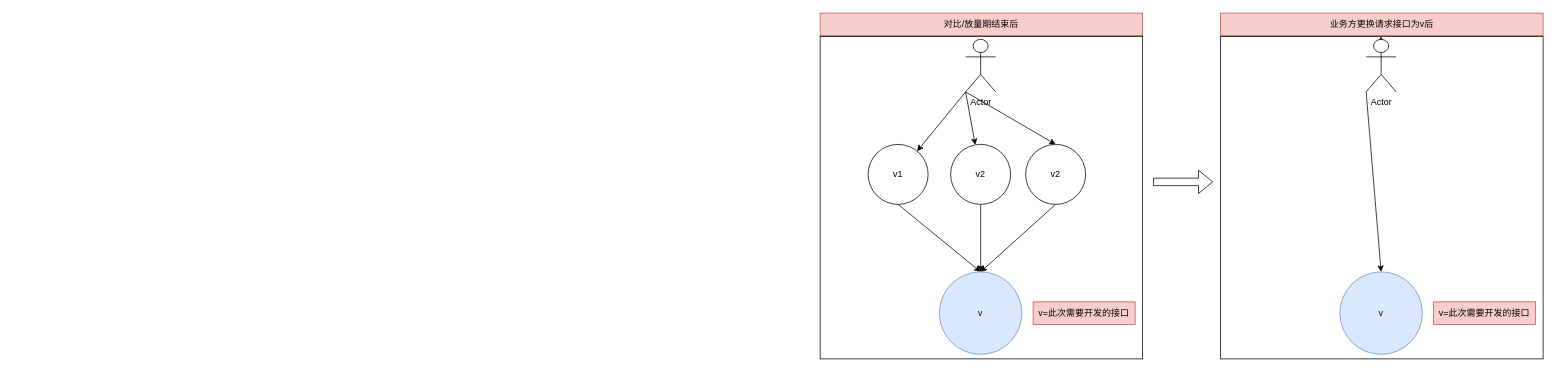
Above: 优惠券0623-01.drawio in LuiBu/my-pictures (draw.io), before the change. Source tidied: cells renumbered, new cells numbered last; positions are measured from the earlier drawing's top-left corner, leaving out a move shared by most shapes. Both pictures are drawn from the tidied source at 75%, with x=0, y=0 at pixel (820, 13).
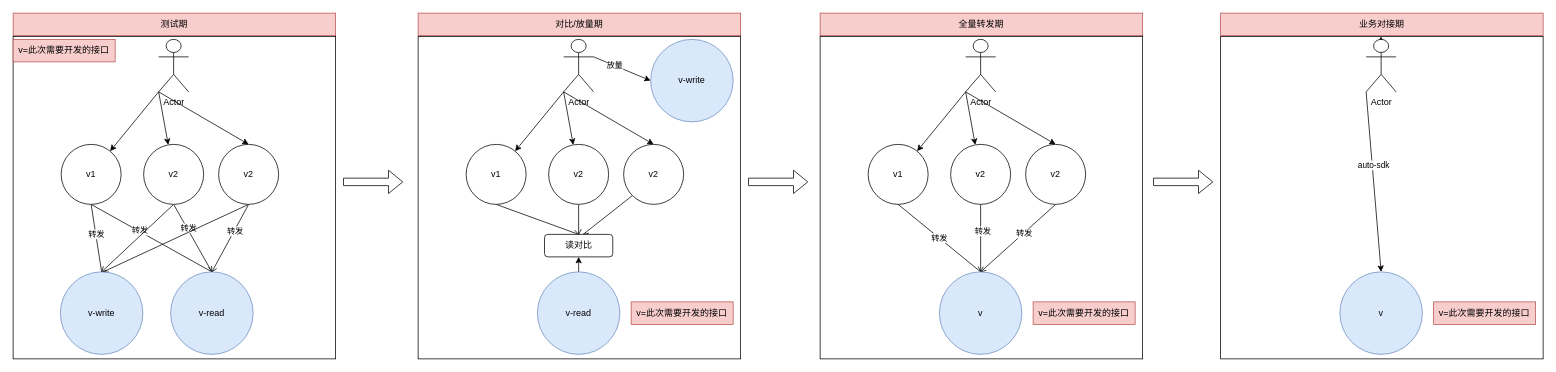
The same diagram, later.

Commit message (it also covers changes not shown here):
更新优惠券0623-01.drawio

The change refers to these unchanged cells:
```xml
<mxCell id="4" value="v1" style="ellipse;whiteSpace=wrap;html=1;" parent="1" vertex="1">
  <mxGeometry x="64" y="175" width="80" height="80" as="geometry" />
</mxCell>
<mxCell id="6" value="v2" style="ellipse;whiteSpace=wrap;html=1;" parent="1" vertex="1">
  <mxGeometry x="174" y="175" width="80" height="80" as="geometry" />
</mxCell>
<mxCell id="8" value="v2" style="ellipse;whiteSpace=wrap;html=1;" parent="1" vertex="1">
  <mxGeometry x="274" y="175" width="80" height="80" as="geometry" />
</mxCell>
<mxCell id="9" value="v" style="ellipse;whiteSpace=wrap;html=1;fillColor=#dae8fc;strokeColor=#6c8ebf;" parent="1" vertex="1">
  <mxGeometry x="159" y="345" width="110" height="110" as="geometry" />
</mxCell>
<mxCell id="19" style="edgeStyle=none;rounded=0;jettySize=auto;html=1;exitX=0;exitY=1;exitDx=0;exitDy=0;exitPerimeter=0;entryX=0.5;entryY=0;entryDx=0;entryDy=0;" parent="1" edge="1" source="20" target="17">
  <mxGeometry relative="1" as="geometry" />
</mxCell>
```

Diff of the diagram source:
```diff
@@
-    <mxCell id="3" style="edgeStyle=none;rounded=0;jettySize=auto;html=1;exitX=0.5;exitY=1;exitDx=0;exitDy=0;entryX=0.5;entryY=0;entryDx=0;entryDy=0;" parent="1" edge="1" source="4" target="9">
+    <mxCell id="3" style="edgeStyle=none;rounded=0;jettySize=auto;html=1;exitX=0.5;exitY=1;exitDx=0;exitDy=0;entryX=0.5;entryY=0;entryDx=0;entryDy=0;endArrow=openAsync;endFill=0;" parent="1" edge="1" source="4" target="9">
       <mxGeometry relative="1" as="geometry" />
     </mxCell>
+    <mxCell id="24" value="转发" style="edgeLabel;html=1;align=center;verticalAlign=middle;" parent="3" vertex="1">
+      <mxGeometry relative="1" as="geometry" />
+    </mxCell>
@@
-    <mxCell id="5" style="edgeStyle=none;rounded=0;jettySize=auto;html=1;exitX=0.5;exitY=1;exitDx=0;exitDy=0;entryX=0.5;entryY=0;entryDx=0;entryDy=0;" parent="1" edge="1" source="6" target="9">
+    <mxCell id="5" style="edgeStyle=none;rounded=0;jettySize=auto;html=1;exitX=0.5;exitY=1;exitDx=0;exitDy=0;entryX=0.5;entryY=0;entryDx=0;entryDy=0;endArrow=openAsync;endFill=0;" parent="1" edge="1" source="6" target="9">
       <mxGeometry relative="1" as="geometry" />
     </mxCell>
+    <mxCell id="25" value="转发" style="edgeLabel;html=1;align=center;verticalAlign=middle;" parent="5" vertex="1">
+      <mxGeometry x="-0.23" y="2" relative="1" as="geometry" />
+    </mxCell>
@@
-    <mxCell id="7" style="edgeStyle=none;rounded=0;jettySize=auto;html=1;exitX=0.5;exitY=1;exitDx=0;exitDy=0;entryX=0.5;entryY=0;entryDx=0;entryDy=0;" parent="1" edge="1" source="8" target="9">
+    <mxCell id="7" style="edgeStyle=none;rounded=0;jettySize=auto;html=1;exitX=0.5;exitY=1;exitDx=0;exitDy=0;entryX=0.5;entryY=0;entryDx=0;entryDy=0;endArrow=openAsync;endFill=0;" parent="1" edge="1" source="8" target="9">
       <mxGeometry relative="1" as="geometry" />
     </mxCell>
+    <mxCell id="26" value="转发" style="edgeLabel;html=1;align=center;verticalAlign=middle;" parent="7" vertex="1">
+      <mxGeometry x="-0.16" relative="1" as="geometry" />
+    </mxCell>
@@
-    <mxCell id="15" value="对比/放量期结束后" style="rounded=0;whiteSpace=wrap;html=1;strokeColor=#b85450;fillColor=#f8cecc;" parent="1" vertex="1">
+    <mxCell id="15" value="全量转发期" style="rounded=0;whiteSpace=wrap;html=1;strokeColor=#b85450;fillColor=#f8cecc;" parent="1" vertex="1">
       <mxGeometry width="430" height="30" as="geometry" />
     </mxCell>
@@
+    <mxCell id="27" value="auto-sdk" style="edgeLabel;html=1;align=center;verticalAlign=middle;" parent="19" vertex="1">
+      <mxGeometry x="-0.19" y="1" relative="1" as="geometry" />
+    </mxCell>
@@
-    <mxCell id="22" value="业务方更换请求接口为v后" style="rounded=0;whiteSpace=wrap;html=1;strokeColor=#b85450;fillColor=#f8cecc;" parent="1" vertex="1">
+    <mxCell id="22" value="业务对接期" style="rounded=0;whiteSpace=wrap;html=1;strokeColor=#b85450;fillColor=#f8cecc;" parent="1" vertex="1">
       <mxGeometry x="534" width="430" height="30" as="geometry" />
     </mxCell>
@@
+    <mxCell id="28" style="whiteSpace=wrap;html=1;strokeColor=default;" parent="1" vertex="1">
+      <mxGeometry x="-536" y="31" width="430" height="430" as="geometry" />
+    </mxCell>
+    <mxCell id="29" style="edgeStyle=none;rounded=0;jettySize=auto;html=1;exitX=0.5;exitY=1;exitDx=0;exitDy=0;entryX=0.5;entryY=0;entryDx=0;entryDy=0;endArrow=openAsync;endFill=0;" parent="1" edge="1" source="30" target="45">
+      <mxGeometry relative="1" as="geometry" />
+    </mxCell>
+    <mxCell id="30" value="v1" style="ellipse;whiteSpace=wrap;html=1;" parent="1" vertex="1">
+      <mxGeometry x="-472" y="175" width="80" height="80" as="geometry" />
+    </mxCell>
+    <mxCell id="31" style="edgeStyle=none;rounded=0;jettySize=auto;html=1;exitX=0.5;exitY=1;exitDx=0;exitDy=0;endArrow=openAsync;endFill=0;" parent="1" edge="1" source="32" target="45">
+      <mxGeometry relative="1" as="geometry" />
+    </mxCell>
+    <mxCell id="32" value="v2" style="ellipse;whiteSpace=wrap;html=1;" parent="1" vertex="1">
+      <mxGeometry x="-362" y="175" width="80" height="80" as="geometry" />
+    </mxCell>
+    <mxCell id="33" style="edgeStyle=none;rounded=0;jettySize=auto;html=1;exitX=0;exitY=1;exitDx=0;exitDy=0;endArrow=openAsync;endFill=0;" parent="1" edge="1" source="34">
+      <mxGeometry relative="1" as="geometry">
+        <mxPoint x="-316" y="295" as="targetPoint" />
+      </mxGeometry>
+    </mxCell>
+    <mxCell id="34" value="v2" style="ellipse;whiteSpace=wrap;html=1;" parent="1" vertex="1">
+      <mxGeometry x="-262" y="175" width="80" height="80" as="geometry" />
+    </mxCell>
+    <mxCell id="35" style="edgeStyle=none;rounded=0;jettySize=auto;html=1;exitX=0.5;exitY=0;exitDx=0;exitDy=0;" parent="1" edge="1" source="36" target="45">
+      <mxGeometry relative="1" as="geometry" />
+    </mxCell>
+    <mxCell id="36" value="v-read" style="ellipse;whiteSpace=wrap;html=1;fillColor=#dae8fc;strokeColor=#6c8ebf;" parent="1" vertex="1">
+      <mxGeometry x="-377" y="345" width="110" height="110" as="geometry" />
+    </mxCell>
+    <mxCell id="37" style="rounded=0;jettySize=auto;html=1;exitX=0;exitY=1;exitDx=0;exitDy=0;exitPerimeter=0;" parent="1" edge="1" source="42" target="30">
+      <mxGeometry relative="1" as="geometry" />
+    </mxCell>
+    <mxCell id="38" style="edgeStyle=none;rounded=0;jettySize=auto;html=1;exitX=0;exitY=1;exitDx=0;exitDy=0;exitPerimeter=0;" parent="1" edge="1" source="42" target="32">
+      <mxGeometry relative="1" as="geometry" />
+    </mxCell>
+    <mxCell id="39" style="edgeStyle=none;rounded=0;jettySize=auto;html=1;exitX=0;exitY=1;exitDx=0;exitDy=0;exitPerimeter=0;entryX=0.5;entryY=0;entryDx=0;entryDy=0;" parent="1" edge="1" source="42" target="34">
+      <mxGeometry relative="1" as="geometry" />
+    </mxCell>
+    <mxCell id="40" style="edgeStyle=none;rounded=0;jettySize=auto;html=1;exitX=1;exitY=0.3333333333333333;exitDx=0;exitDy=0;exitPerimeter=0;entryX=0;entryY=0.5;entryDx=0;entryDy=0;" parent="1" edge="1" source="42" target="46">
+      <mxGeometry relative="1" as="geometry" />
+    </mxCell>
+    <mxCell id="41" value="放量" style="edgeLabel;html=1;align=center;verticalAlign=middle;" parent="40" vertex="1">
+      <mxGeometry x="-0.27" relative="1" as="geometry" />
+    </mxCell>
+    <mxCell id="42" value="Actor" style="shape=umlActor;verticalLabelPosition=bottom;verticalAlign=top;html=1;outlineConnect=0;" parent="1" vertex="1">
+      <mxGeometry x="-342" y="35" width="40" height="70" as="geometry" />
+    </mxCell>
+    <mxCell id="43" value="v=此次需要开发的接口" style="text;html=1;strokeColor=#b85450;fillColor=#f8cecc;align=center;verticalAlign=middle;whiteSpace=wrap;rounded=0;" parent="1" vertex="1">
+      <mxGeometry x="-252" y="385" width="136" height="30" as="geometry" />
+    </mxCell>
+    <mxCell id="44" value="对比/放量期" style="rounded=0;whiteSpace=wrap;html=1;strokeColor=#b85450;fillColor=#f8cecc;" parent="1" vertex="1">
+      <mxGeometry x="-536" width="430" height="30" as="geometry" />
+    </mxCell>
+    <mxCell id="45" value="读对比" style="rounded=1;whiteSpace=wrap;html=1;strokeColor=default;" parent="1" vertex="1">
+      <mxGeometry x="-367.5" y="295" width="91" height="30" as="geometry" />
+    </mxCell>
+    <mxCell id="46" value="v-write" style="ellipse;whiteSpace=wrap;html=1;fillColor=#dae8fc;strokeColor=#6c8ebf;" parent="1" vertex="1">
+      <mxGeometry x="-226" y="35" width="110" height="110" as="geometry" />
+    </mxCell>
+    <mxCell id="47" style="shape=flexArrow;endArrow=classic;html=1;rounded=0;" parent="1" edge="1">
+      <mxGeometry relative="1" as="geometry">
+        <mxPoint x="-96" y="225" as="sourcePoint" />
+        <mxPoint x="-16" y="225" as="targetPoint" />
+      </mxGeometry>
+    </mxCell>
+    <mxCell id="48" style="whiteSpace=wrap;html=1;strokeColor=default;" parent="1" vertex="1">
+      <mxGeometry x="-1076" y="31" width="430" height="430" as="geometry" />
+    </mxCell>
+    <mxCell id="49" style="edgeStyle=none;rounded=0;jettySize=auto;html=1;exitX=0.5;exitY=1;exitDx=0;exitDy=0;entryX=0.5;entryY=0;entryDx=0;entryDy=0;endArrow=openAsync;endFill=0;" parent="1" edge="1" source="53" target="62">
+      <mxGeometry relative="1" as="geometry" />
+    </mxCell>
+    <mxCell id="50" value="转发" style="edgeLabel;html=1;align=center;verticalAlign=middle;" parent="49" vertex="1">
+      <mxGeometry x="-0.21" y="1" relative="1" as="geometry" />
+    </mxCell>
+    <mxCell id="51" style="edgeStyle=none;rounded=0;jettySize=auto;html=1;exitX=0.5;exitY=1;exitDx=0;exitDy=0;entryX=0.5;entryY=0;entryDx=0;entryDy=0;endArrow=openAsync;endFill=0;" parent="1" edge="1" source="53" target="69">
+      <mxGeometry relative="1" as="geometry" />
+    </mxCell>
+    <mxCell id="52" value="转发" style="edgeLabel;html=1;align=center;verticalAlign=middle;" parent="51" vertex="1">
+      <mxGeometry x="-0.12" relative="1" as="geometry" />
+    </mxCell>
+    <mxCell id="53" value="v1" style="ellipse;whiteSpace=wrap;html=1;" parent="1" vertex="1">
+      <mxGeometry x="-1012" y="175" width="80" height="80" as="geometry" />
+    </mxCell>
+    <mxCell id="54" style="edgeStyle=none;rounded=0;jettySize=auto;html=1;exitX=0.5;exitY=1;exitDx=0;exitDy=0;entryX=0.5;entryY=0;entryDx=0;entryDy=0;endArrow=openAsync;endFill=0;" parent="1" edge="1" source="57" target="62">
+      <mxGeometry relative="1" as="geometry" />
+    </mxCell>
+    <mxCell id="55" value="转发" style="edgeLabel;html=1;align=center;verticalAlign=middle;" parent="54" vertex="1">
+      <mxGeometry x="-0.3" y="2" relative="1" as="geometry">
+        <mxPoint y="1" as="offset" />
+      </mxGeometry>
+    </mxCell>
+    <mxCell id="56" style="edgeStyle=none;rounded=0;jettySize=auto;html=1;exitX=0.5;exitY=1;exitDx=0;exitDy=0;entryX=0.5;entryY=0;entryDx=0;entryDy=0;endArrow=openAsync;endFill=0;" parent="1" edge="1" source="57" target="69">
+      <mxGeometry relative="1" as="geometry" />
+    </mxCell>
+    <mxCell id="57" value="v2" style="ellipse;whiteSpace=wrap;html=1;" parent="1" vertex="1">
+      <mxGeometry x="-902" y="175" width="80" height="80" as="geometry" />
+    </mxCell>
+    <mxCell id="58" style="edgeStyle=none;rounded=0;jettySize=auto;html=1;exitX=0.5;exitY=1;exitDx=0;exitDy=0;entryX=0.5;entryY=0;entryDx=0;entryDy=0;endArrow=openAsync;endFill=0;" parent="1" edge="1" source="61" target="62">
+      <mxGeometry relative="1" as="geometry" />
+    </mxCell>
+    <mxCell id="59" value="转发" style="edgeLabel;html=1;align=center;verticalAlign=middle;" parent="58" vertex="1">
+      <mxGeometry x="-0.21" y="1" relative="1" as="geometry" />
+    </mxCell>
+    <mxCell id="60" style="edgeStyle=none;rounded=0;jettySize=auto;html=1;exitX=0.5;exitY=1;exitDx=0;exitDy=0;endArrow=openAsync;endFill=0;" parent="1" edge="1" source="61">
+      <mxGeometry relative="1" as="geometry">
+        <mxPoint x="-956" y="345" as="targetPoint" />
+      </mxGeometry>
+    </mxCell>
+    <mxCell id="61" value="v2" style="ellipse;whiteSpace=wrap;html=1;" parent="1" vertex="1">
+      <mxGeometry x="-802" y="175" width="80" height="80" as="geometry" />
+    </mxCell>
+    <mxCell id="62" value="v-read" style="ellipse;whiteSpace=wrap;html=1;fillColor=#dae8fc;strokeColor=#6c8ebf;" parent="1" vertex="1">
+      <mxGeometry x="-866" y="345" width="110" height="110" as="geometry" />
+    </mxCell>
+    <mxCell id="63" style="rounded=0;jettySize=auto;html=1;exitX=0;exitY=1;exitDx=0;exitDy=0;exitPerimeter=0;" parent="1" edge="1" source="66" target="53">
+      <mxGeometry relative="1" as="geometry" />
+    </mxCell>
+    <mxCell id="64" style="edgeStyle=none;rounded=0;jettySize=auto;html=1;exitX=0;exitY=1;exitDx=0;exitDy=0;exitPerimeter=0;" parent="1" edge="1" source="66" target="57">
+      <mxGeometry relative="1" as="geometry" />
+    </mxCell>
+    <mxCell id="65" style="edgeStyle=none;rounded=0;jettySize=auto;html=1;exitX=0;exitY=1;exitDx=0;exitDy=0;exitPerimeter=0;entryX=0.5;entryY=0;entryDx=0;entryDy=0;" parent="1" edge="1" source="66" target="61">
+      <mxGeometry relative="1" as="geometry" />
+    </mxCell>
+    <mxCell id="66" value="Actor" style="shape=umlActor;verticalLabelPosition=bottom;verticalAlign=top;html=1;outlineConnect=0;" parent="1" vertex="1">
+      <mxGeometry x="-882" y="35" width="40" height="70" as="geometry" />
+    </mxCell>
+    <mxCell id="67" value="v=此次需要开发的接口" style="text;html=1;strokeColor=#b85450;fillColor=#f8cecc;align=center;verticalAlign=middle;whiteSpace=wrap;rounded=0;" parent="1" vertex="1">
+      <mxGeometry x="-1076" y="35" width="136" height="30" as="geometry" />
+    </mxCell>
+    <mxCell id="68" value="测试期" style="rounded=0;whiteSpace=wrap;html=1;strokeColor=#b85450;fillColor=#f8cecc;" parent="1" vertex="1">
+      <mxGeometry x="-1076" width="430" height="30" as="geometry" />
+    </mxCell>
+    <mxCell id="69" value="v-write" style="ellipse;whiteSpace=wrap;html=1;fillColor=#dae8fc;strokeColor=#6c8ebf;" parent="1" vertex="1">
+      <mxGeometry x="-1013" y="345" width="110" height="110" as="geometry" />
+    </mxCell>
+    <mxCell id="70" style="shape=flexArrow;endArrow=classic;html=1;rounded=0;" parent="1" edge="1">
+      <mxGeometry relative="1" as="geometry">
+        <mxPoint x="-636" y="225" as="sourcePoint" />
+        <mxPoint x="-556" y="225" as="targetPoint" />
+      </mxGeometry>
+    </mxCell>
```
